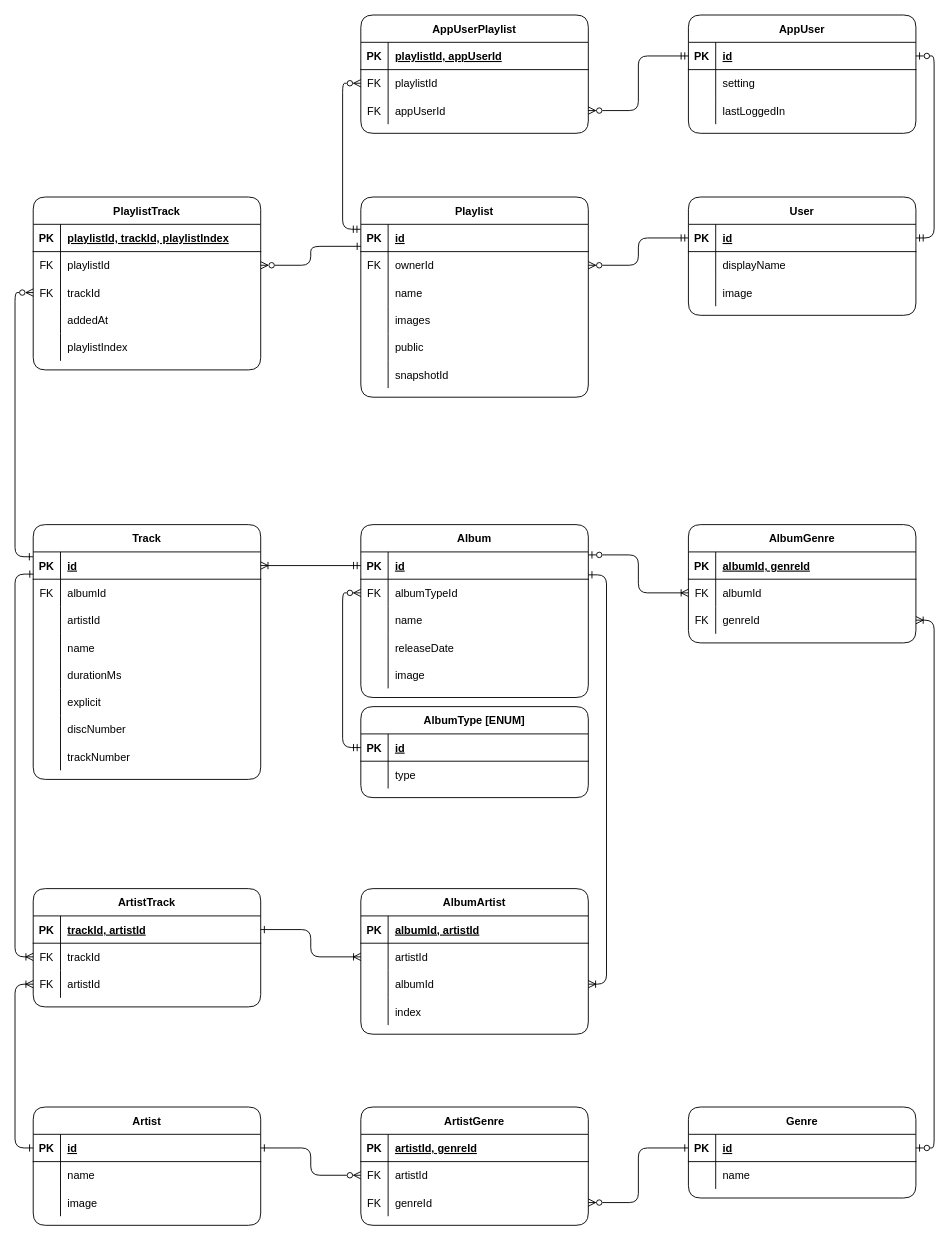
Before: ERD.drawio in MrDrummer/SpotifyPlaylistGenerator, a draw.io diagram. Source tidied: cells renumbered, new cells numbered last; positions are measured from the earlier drawing's top-left corner, leaving out a move shared by most shapes. Both pictures are drawn from the tidied source at 91%, with x=0, y=0 at pixel (15, 15).
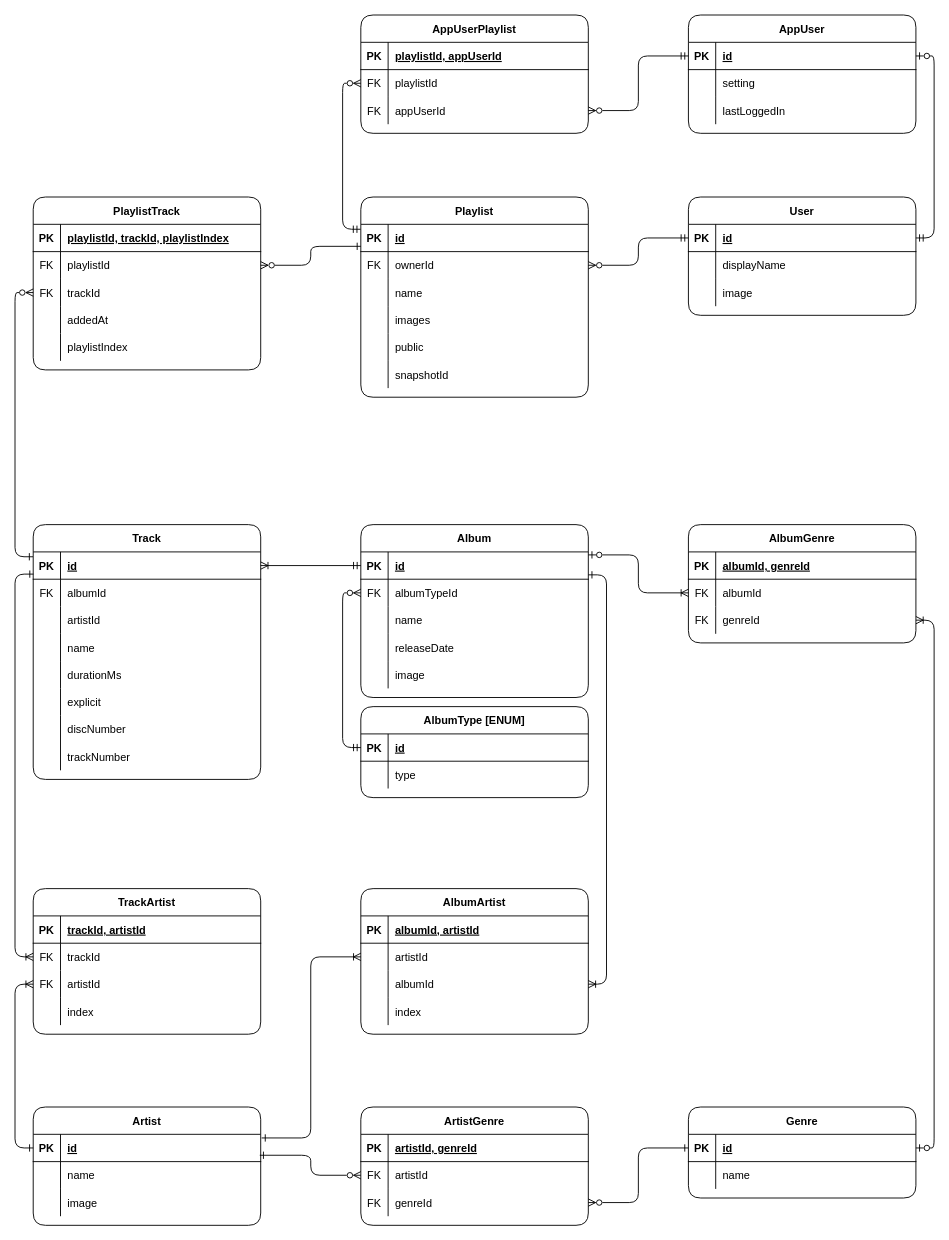
Above is the later version.

Unchanged cells that the change refers to:
```xml
<mxCell id="73" style="shape=partialRectangle;fillColor=none;points=[[0,0.5],[1,0.5]];portConstraint=eastwest;top=0;left=0;right=0;bottom=1;rounded=1;" parent="72" vertex="1">
  <mxGeometry y="30" width="250" height="30" as="geometry" />
</mxCell>
<mxCell id="93" style="shape=partialRectangle;fillColor=none;points=[[0,0.5],[1,0.5]];portConstraint=eastwest;top=0;left=0;right=0;bottom=0;rounded=1;" parent="89" vertex="1">
  <mxGeometry y="60" width="250" height="30" as="geometry" />
</mxCell>
<mxCell id="100" style="shape=partialRectangle;fillColor=none;points=[[0,0.5],[1,0.5]];portConstraint=eastwest;top=0;left=0;right=0;bottom=1;rounded=1;" parent="99" vertex="1">
  <mxGeometry y="30" width="250" height="30" as="geometry" />
</mxCell>
<mxCell id="180" style="shape=partialRectangle;fillColor=none;points=[[0,0.5],[1,0.5]];portConstraint=eastwest;top=0;left=0;right=0;bottom=0;rounded=1;" parent="176" vertex="1">
  <mxGeometry y="60" width="250" height="30" as="geometry" />
</mxCell>
```

Diff of the diagram source:
```diff
@@
-    <mxCell id="99" value="ArtistTrack" style="shape=table;startSize=30;childLayout=tableLayout;rowLines=0;fontStyle=1;align=center;rounded=1;" parent="1" vertex="1">
-      <mxGeometry x="20" y="960" width="250" height="130" as="geometry" />
+    <mxCell id="99" value="TrackArtist" style="shape=table;startSize=30;childLayout=tableLayout;rowLines=0;fontStyle=1;align=center;rounded=1;" parent="1" vertex="1">
+      <mxGeometry x="20" y="960" width="250" height="160" as="geometry" />
     </mxCell>
@@
+    <mxCell id="191" style="shape=partialRectangle;fillColor=none;top=0;left=0;right=0;bottom=0;rounded=1;" parent="99" vertex="1">
+      <mxGeometry y="120" width="250" height="30" as="geometry" />
+    </mxCell>
+    <mxCell id="192" style="shape=partialRectangle;overflow=hidden;fillColor=none;top=0;left=0;bottom=0;right=0;rounded=1;" parent="191" vertex="1">
+      <mxGeometry width="30" height="30" as="geometry" />
+    </mxCell>
+    <mxCell id="193" value="index" style="shape=partialRectangle;overflow=hidden;fillColor=none;top=0;left=0;bottom=0;right=0;align=left;spacingLeft=6;rounded=1;" parent="191" vertex="1">
+      <mxGeometry x="30" width="220" height="30" as="geometry" />
+    </mxCell>
@@
-    <mxCell id="126" style="edgeStyle=orthogonalEdgeStyle;rounded=1;jettySize=auto;html=1;exitX=0;exitY=0.5;exitDx=0;exitDy=0;entryX=1;entryY=0.5;entryDx=0;entryDy=0;startArrow=ERzeroToMany;startFill=0;endArrow=ERone;endFill=0;" parent="1" edge="1" source="93" target="73">
+    <mxCell id="126" style="edgeStyle=orthogonalEdgeStyle;rounded=1;jettySize=auto;html=1;exitX=0;exitY=0.5;exitDx=0;exitDy=0;entryX=0.996;entryY=0.767;entryDx=0;entryDy=0;startArrow=ERzeroToMany;startFill=0;endArrow=ERone;endFill=0;entryPerimeter=0;" parent="1" edge="1" source="93" target="73">
       <mxGeometry relative="1" as="geometry" />
     </mxCell>
@@
-    <mxCell id="189" style="edgeStyle=orthogonalEdgeStyle;rounded=1;jettySize=auto;html=1;exitX=0;exitY=0.5;exitDx=0;exitDy=0;endArrow=ERone;endFill=0;startArrow=ERoneToMany;startFill=0;" parent="1" edge="1" source="180" target="100">
+    <mxCell id="189" style="edgeStyle=orthogonalEdgeStyle;rounded=1;jettySize=auto;html=1;exitX=0;exitY=0.5;exitDx=0;exitDy=0;endArrow=ERone;endFill=0;startArrow=ERoneToMany;startFill=0;entryX=1.004;entryY=0.133;entryDx=0;entryDy=0;entryPerimeter=0;" parent="1" edge="1" source="180" target="73">
       <mxGeometry relative="1" as="geometry" />
     </mxCell>
```
